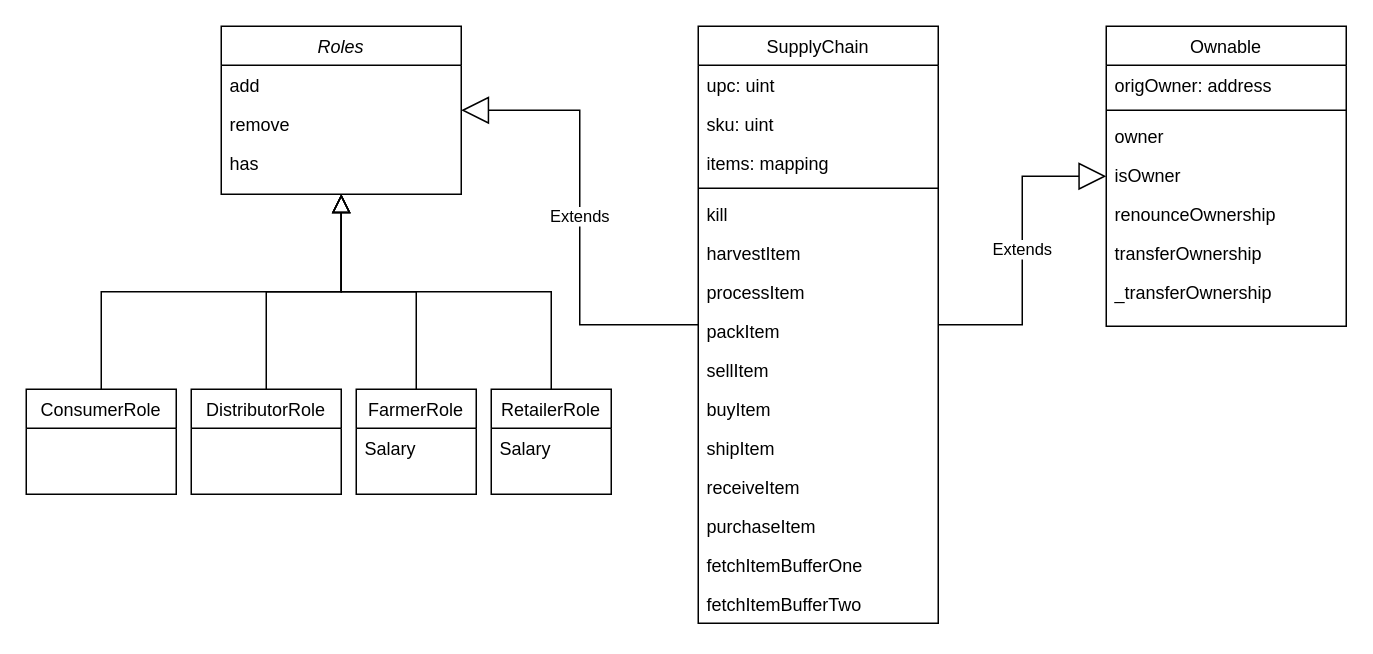
Earlier version of the draw.io diagram class.drawio (burglauer2kx/udacity-blockchain-project3). Source tidied: cells renumbered, new cells numbered last; positions are measured from the earlier drawing's top-left corner, leaving out a move shared by most shapes. Both pictures are drawn from the tidied source at 150%, with x=0, y=0 at pixel (26, 26).
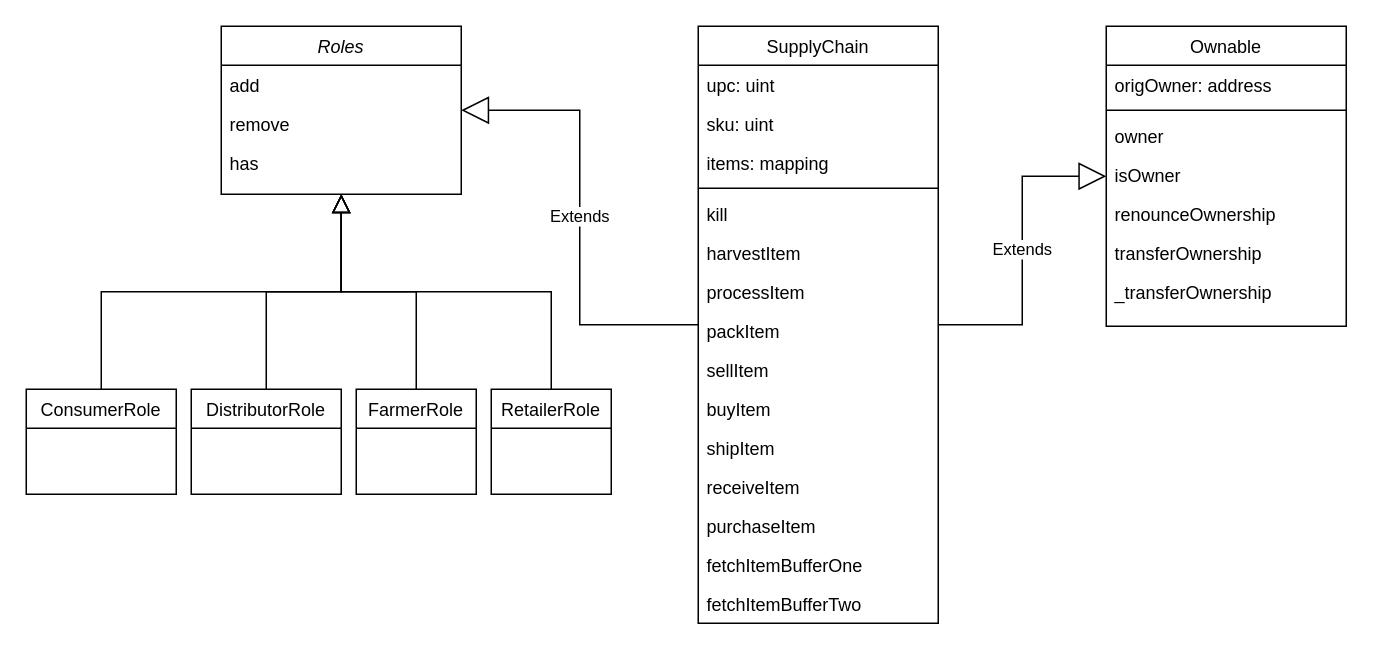
The same diagram, later.

Unchanged cells that the change refers to:
```xml
<mxCell id="36" value="FarmerRole" style="swimlane;fontStyle=0;align=center;verticalAlign=top;horizontal=1;startSize=26;rounded=0;shadow=0;strokeWidth=1;" parent="1" vertex="1">
  <mxGeometry x="220" y="242" width="80" height="70" as="geometry" />
</mxCell>
<mxCell id="39" value="RetailerRole" style="swimlane;fontStyle=0;align=center;verticalAlign=top;horizontal=1;startSize=26;rounded=0;shadow=0;strokeWidth=1;" parent="1" vertex="1">
  <mxGeometry x="310" y="242" width="80" height="70" as="geometry" />
</mxCell>
```

Change to the diagram source:
```diff
@@
-    <mxCell id="37" value="Salary" style="text;align=left;verticalAlign=top;spacingLeft=4;spacingRight=4;overflow=hidden;" parent="36" vertex="1">
-      <mxGeometry y="26" width="80" height="26" as="geometry" />
-    </mxCell>
@@
-    <mxCell id="40" value="Salary" style="text;align=left;verticalAlign=top;spacingLeft=4;spacingRight=4;overflow=hidden;" parent="39" vertex="1">
-      <mxGeometry y="26" width="80" height="26" as="geometry" />
-    </mxCell>
```
